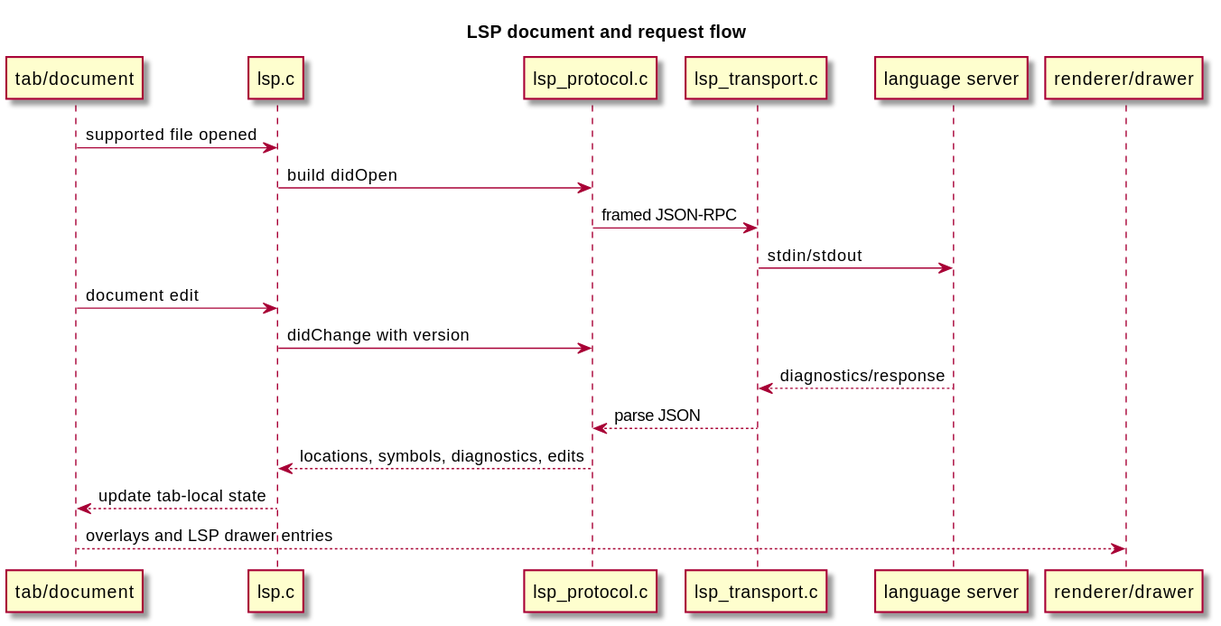
The PlantUML diagram docs/diagrams/svg/lsp-flow.svg in kokkoniemi/rotide, before a commit. Its source is kept beside it as docs/diagrams/src/lsp-flow.puml. Its diagram source:
```plantuml
@startuml
skin rose
skinparam backgroundColor #FFFFFF
title LSP document and request flow

participant "tab/document" as tab
participant "lsp.c" as lsp
participant "lsp_protocol.c" as protocol
participant "lsp_transport.c" as transport
participant "language server" as server
participant "renderer/drawer" as ui

tab -> lsp : supported file opened
lsp -> protocol : build didOpen
protocol -> transport : framed JSON-RPC
transport -> server : stdin/stdout
tab -> lsp : document edit
lsp -> protocol : didChange with version
server --> transport : diagnostics/response
transport --> protocol : parse JSON
protocol --> lsp : locations, symbols, diagnostics, edits
lsp --> tab : update tab-local state
tab --> ui : overlays and LSP drawer entries

@enduml
```
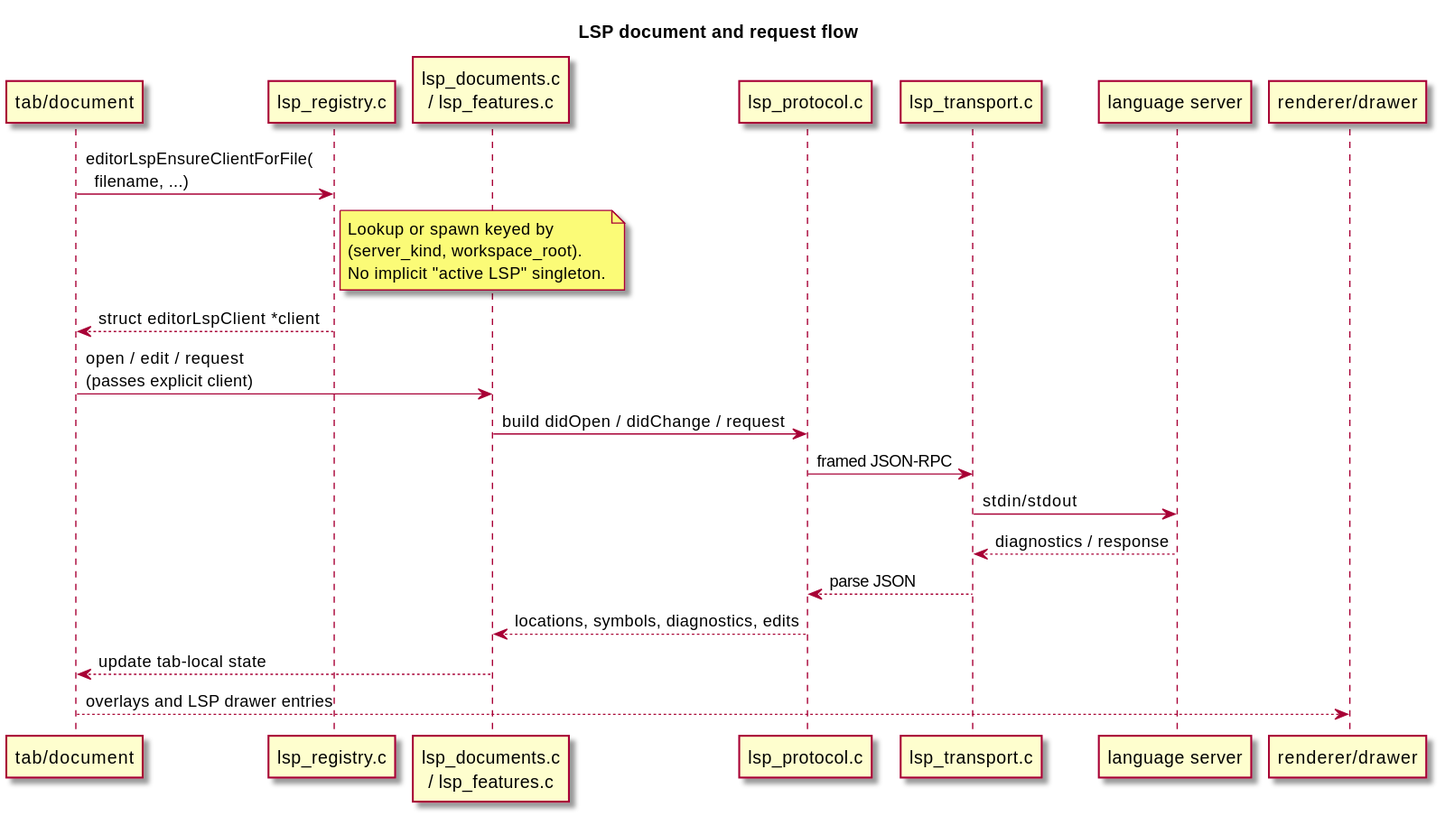
The same diagram one commit later.

Change to the diagram source:
```diff
@@ -4,19 +4,26 @@
 title LSP document and request flow
 
 participant "tab/document" as tab
-participant "lsp.c" as lsp
+participant "lsp_registry.c" as registry
+participant "lsp_documents.c\n/ lsp_features.c" as lsp
 participant "lsp_protocol.c" as protocol
 participant "lsp_transport.c" as transport
 participant "language server" as server
 participant "renderer/drawer" as ui
 
-tab -> lsp : supported file opened
-lsp -> protocol : build didOpen
+tab -> registry : editorLspEnsureClientForFile(\n  filename, ...)
+note right of registry
+  Lookup or spawn keyed by
+  (server_kind, workspace_root).
+  No implicit "active LSP" singleton.
+end note
+registry --> tab : struct editorLspClient *client
+
+tab -> lsp : open / edit / request\n(passes explicit client)
+lsp -> protocol : build didOpen / didChange / request
 protocol -> transport : framed JSON-RPC
 transport -> server : stdin/stdout
-tab -> lsp : document edit
-lsp -> protocol : didChange with version
-server --> transport : diagnostics/response
+server --> transport : diagnostics / response
 transport --> protocol : parse JSON
 protocol --> lsp : locations, symbols, diagnostics, edits
 lsp --> tab : update tab-local state
```
